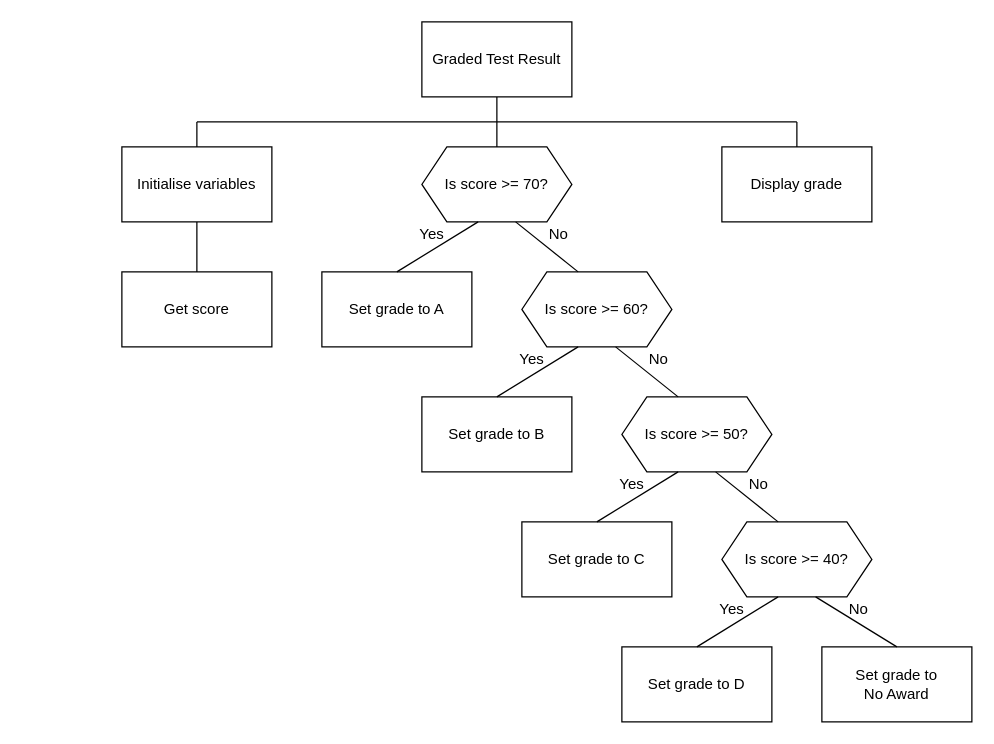
This is page "sd4" (4 of 11) of n5-cs/sdd/N5-SDD-Result/assets/N5 SDD Result.drawio from MrFriendCS/MrFriendCS.github.io, a draw.io file, before an edit. Source tidied: cells renumbered, new cells numbered last; positions are measured from the earlier drawing's top-left corner, leaving out a move shared by most shapes. Both pictures are drawn from the tidied source at 125%, with x=0, y=0 at pixel (121, 21).
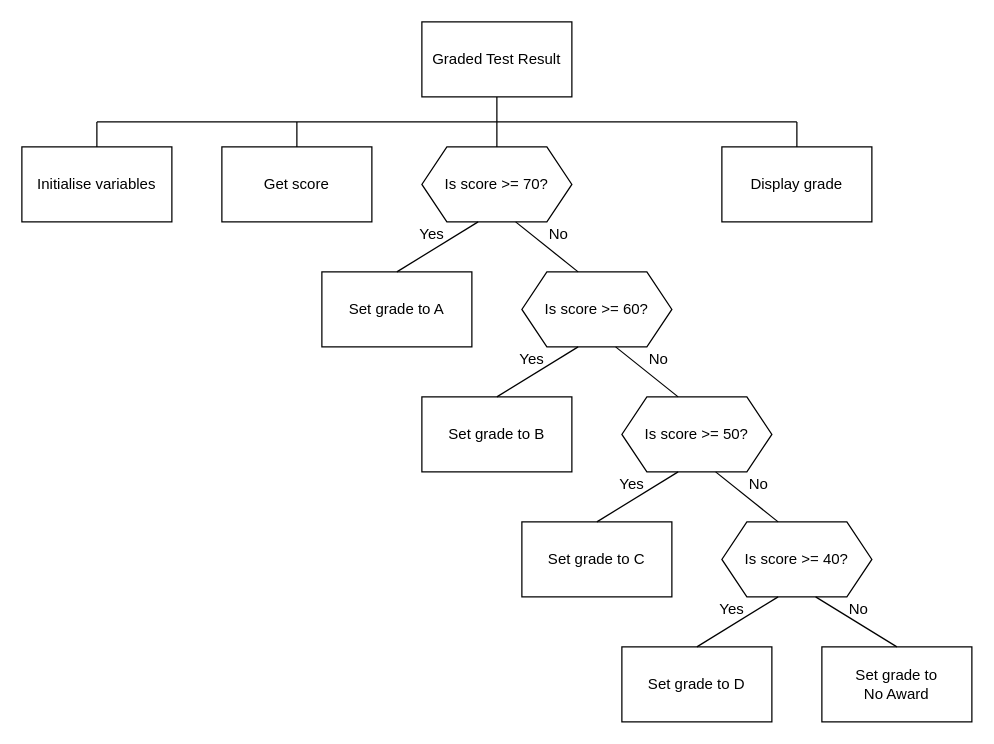
The same diagram, later.

The edit, as a diff of the source:
```diff
@@
-    <mxCell id="3" style="edgeStyle=orthogonalEdgeStyle;rounded=0;jettySize=auto;html=1;exitX=0.5;exitY=1;exitDx=0;exitDy=0;entryX=0.5;entryY=0;entryDx=0;entryDy=0;endArrow=none;endFill=0;" parent="1" edge="1" source="5" target="6">
-      <mxGeometry relative="1" as="geometry" />
-    </mxCell>
     <mxCell id="4" style="edgeStyle=orthogonalEdgeStyle;rounded=0;jettySize=auto;html=1;exitX=0.5;exitY=0;exitDx=0;exitDy=0;endArrow=none;endFill=0;" parent="1" edge="1" source="5">
       <mxGeometry relative="1" as="geometry">
-        <mxPoint x="60" y="80" as="targetPoint" />
+        <mxPoint x="-20" y="80" as="targetPoint" />
       </mxGeometry>
     </mxCell>
     <mxCell id="5" value="Initialise variables" style="rounded=0;whiteSpace=wrap;html=1;fillColor=none;" parent="1" vertex="1">
-      <mxGeometry y="100" width="120" height="60" as="geometry" />
+      <mxGeometry x="-80" y="100" width="120" height="60" as="geometry" />
     </mxCell>
+    <mxCell id="36" style="edgeStyle=orthogonalEdgeStyle;rounded=0;jettySize=auto;html=1;exitX=0.5;exitY=0;exitDx=0;exitDy=0;endArrow=none;endFill=0;" parent="1" edge="1" source="6">
+      <mxGeometry relative="1" as="geometry">
+        <mxPoint x="140" y="80" as="targetPoint" />
+      </mxGeometry>
+    </mxCell>
     <mxCell id="6" value="Get score" style="rounded=0;whiteSpace=wrap;html=1;fillColor=none;" parent="1" vertex="1">
-      <mxGeometry y="200" width="120" height="60" as="geometry" />
+      <mxGeometry x="80" y="100" width="120" height="60" as="geometry" />
     </mxCell>
@@
     <mxCell id="35" style="endArrow=none;html=1;rounded=0;" parent="1" edge="1">
       <mxGeometry relative="1" as="geometry">
-        <mxPoint x="60" y="80" as="sourcePoint" />
+        <mxPoint x="-20" y="80" as="sourcePoint" />
         <mxPoint x="540" y="80" as="targetPoint" />
       </mxGeometry>
     </mxCell>
```
